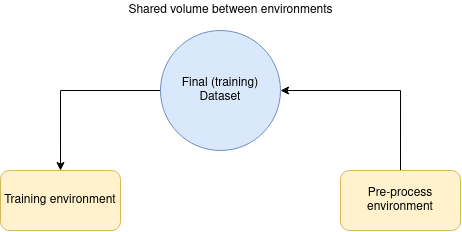
This is doc/images/docker-architecture.png from GonzaloPardoVillalibre/HAR-AI-FRAMEWORK, a draw.io export, as it was before one commit. Source tidied: cells renumbered, new cells last; positions are measured from the earlier drawing's top-left corner, leaving out a move shared by most shapes. The source it was exported from:
```xml
<mxGraphModel>
  <root>
    <mxCell id="0" />
    <mxCell id="1" parent="0" />
    <mxCell id="2" style="edgeStyle=orthogonalEdgeStyle;rounded=0;jettySize=auto;html=1;entryX=0.5;entryY=0;entryDx=0;entryDy=0;" parent="1" edge="1" source="3" target="4">
      <mxGeometry relative="1" as="geometry" />
    </mxCell>
    <mxCell id="3" value="&lt;div&gt;Final (training) Dataset&lt;/div&gt;" style="ellipse;whiteSpace=wrap;html=1;fillColor=#dae8fc;strokeColor=#6c8ebf;" parent="1" vertex="1">
      <mxGeometry x="160" y="30" width="120" height="120" as="geometry" />
    </mxCell>
    <mxCell id="4" value="Training environment" style="rounded=1;whiteSpace=wrap;html=1;fillColor=#fff2cc;strokeColor=#d6b656;" parent="1" vertex="1">
      <mxGeometry y="170" width="120" height="60" as="geometry" />
    </mxCell>
    <mxCell id="5" style="edgeStyle=orthogonalEdgeStyle;rounded=0;jettySize=auto;html=1;exitX=0.5;exitY=0;exitDx=0;exitDy=0;" parent="1" edge="1" source="6" target="3">
      <mxGeometry relative="1" as="geometry">
        <Array as="points">
          <mxPoint x="400" y="90" />
        </Array>
      </mxGeometry>
    </mxCell>
    <mxCell id="6" value="Pre-process environment" style="rounded=1;whiteSpace=wrap;html=1;fillColor=#fff2cc;strokeColor=#d6b656;" parent="1" vertex="1">
      <mxGeometry x="340" y="170" width="120" height="60" as="geometry" />
    </mxCell>
    <mxCell id="7" value="&lt;div&gt;Shared volume between environments&lt;/div&gt;" style="text;html=1;align=center;verticalAlign=middle;" parent="1" vertex="1">
      <mxGeometry x="120" width="220" height="20" as="geometry" />
    </mxCell>
  </root>
</mxGraphModel>
```
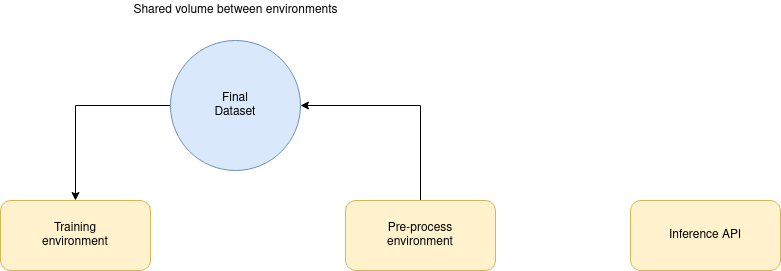
The same diagram one commit later.

Commit message:
fix: docker architecture png

Diff of the diagram source:
```diff
@@ -2,27 +2,26 @@
   <root>
     <mxCell id="0" />
     <mxCell id="1" parent="0" />
-    <mxCell id="2" style="edgeStyle=orthogonalEdgeStyle;rounded=0;jettySize=auto;html=1;entryX=0.5;entryY=0;entryDx=0;entryDy=0;" parent="1" edge="1" source="3" target="4">
-      <mxGeometry relative="1" as="geometry" />
-    </mxCell>
-    <mxCell id="3" value="&lt;div&gt;Final (training) Dataset&lt;/div&gt;" style="ellipse;whiteSpace=wrap;html=1;fillColor=#dae8fc;strokeColor=#6c8ebf;" parent="1" vertex="1">
-      <mxGeometry x="160" y="30" width="120" height="120" as="geometry" />
-    </mxCell>
-    <mxCell id="4" value="Training environment" style="rounded=1;whiteSpace=wrap;html=1;fillColor=#fff2cc;strokeColor=#d6b656;" parent="1" vertex="1">
-      <mxGeometry y="170" width="120" height="60" as="geometry" />
+    <mxCell id="4" value="&lt;div&gt;Training&lt;/div&gt;&lt;div&gt;environment&lt;br&gt;&lt;/div&gt;" style="rounded=1;whiteSpace=wrap;html=1;fillColor=#fff2cc;strokeColor=#d6b656;" parent="1" vertex="1">
+      <mxGeometry x="-90" y="180" width="150" height="70" as="geometry" />
     </mxCell>
-    <mxCell id="5" style="edgeStyle=orthogonalEdgeStyle;rounded=0;jettySize=auto;html=1;exitX=0.5;exitY=0;exitDx=0;exitDy=0;" parent="1" edge="1" source="6" target="3">
-      <mxGeometry relative="1" as="geometry">
-        <Array as="points">
-          <mxPoint x="400" y="90" />
-        </Array>
-      </mxGeometry>
-    </mxCell>
+    <mxCell id="8" style="edgeStyle=orthogonalEdgeStyle;rounded=0;jettySize=auto;html=1;exitX=0.5;exitY=0;exitDx=0;exitDy=0;entryX=1;entryY=0.5;entryDx=0;entryDy=0;" parent="1" edge="1" source="6" target="11">
+      <mxGeometry relative="1" as="geometry" />
+    </mxCell>
-    <mxCell id="6" value="Pre-process environment" style="rounded=1;whiteSpace=wrap;html=1;fillColor=#fff2cc;strokeColor=#d6b656;" parent="1" vertex="1">
-      <mxGeometry x="340" y="170" width="120" height="60" as="geometry" />
+    <mxCell id="6" value="&lt;div&gt;Pre-process &lt;br&gt;&lt;/div&gt;&lt;div&gt;environment&lt;/div&gt;" style="rounded=1;whiteSpace=wrap;html=1;fillColor=#fff2cc;strokeColor=#d6b656;" parent="1" vertex="1">
+      <mxGeometry x="255" y="180" width="150" height="70" as="geometry" />
     </mxCell>
+    <mxCell id="9" value="Inference API" style="rounded=1;whiteSpace=wrap;html=1;fillColor=#fff2cc;strokeColor=#d6b656;" parent="1" vertex="1">
+      <mxGeometry x="540" y="180" width="150" height="70" as="geometry" />
+    </mxCell>
+    <mxCell id="10" style="edgeStyle=orthogonalEdgeStyle;rounded=0;jettySize=auto;html=1;exitX=0;exitY=0.5;exitDx=0;exitDy=0;entryX=0.5;entryY=0;entryDx=0;entryDy=0;" parent="1" edge="1" source="11" target="4">
+      <mxGeometry relative="1" as="geometry" />
+    </mxCell>
+    <mxCell id="11" value="&lt;div&gt;Final&lt;/div&gt;&lt;div&gt;Dataset&lt;br&gt;&lt;/div&gt;" style="ellipse;whiteSpace=wrap;html=1;fillColor=#dae8fc;strokeColor=#6c8ebf;" parent="1" vertex="1">
+      <mxGeometry x="80" y="20" width="130" height="130" as="geometry" />
+    </mxCell>
-    <mxCell id="7" value="&lt;div&gt;Shared volume between environments&lt;/div&gt;" style="text;html=1;align=center;verticalAlign=middle;" parent="1" vertex="1">
-      <mxGeometry x="120" width="220" height="20" as="geometry" />
+    <mxCell id="7" value="Shared volume between environments" style="text;html=1;align=center;verticalAlign=middle;" parent="1" vertex="1">
+      <mxGeometry x="35" y="-20" width="220" height="20" as="geometry" />
     </mxCell>
   </root>
 </mxGraphModel>
```
